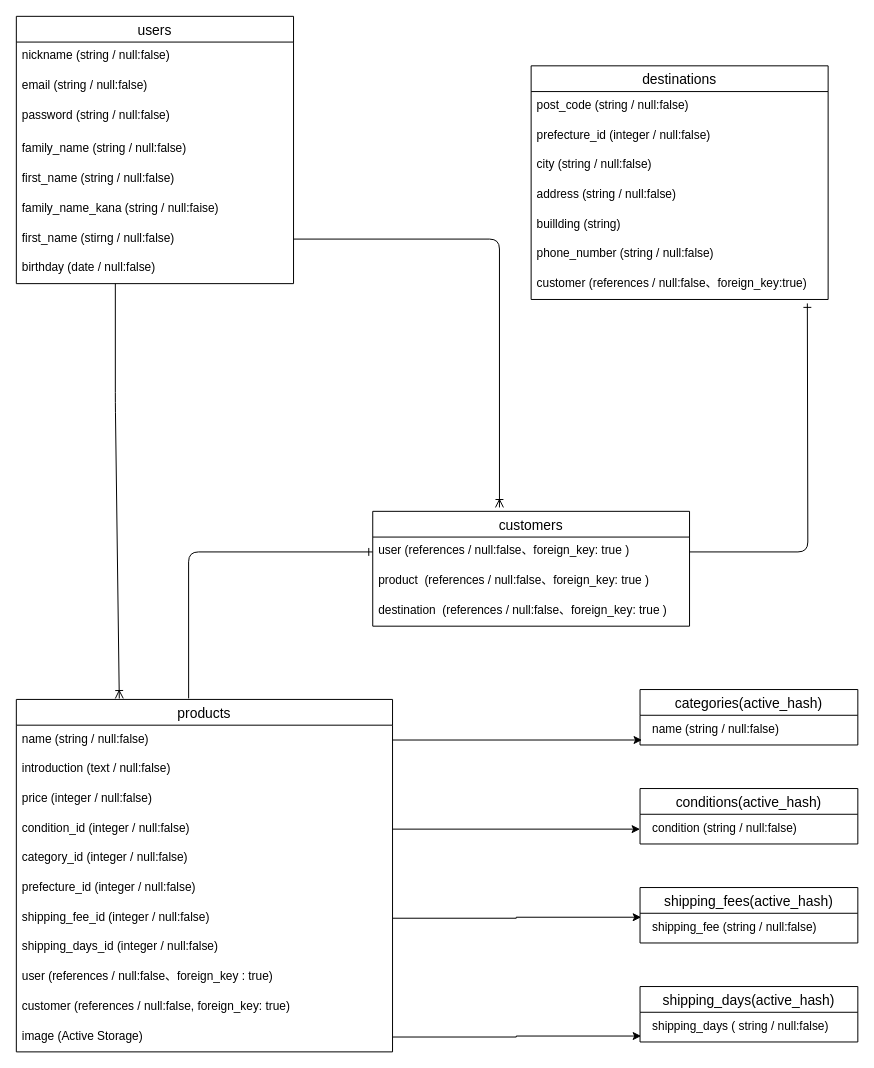
The draw.io diagram test.dio in akiko777/furima-30986, before the edit. Source tidied: cells renumbered, new cells numbered last; positions are measured from the earlier drawing's top-left corner, leaving out a move shared by most shapes. Both pictures are drawn from the tidied source at 99%, with x=0, y=0 at pixel (16, 16).
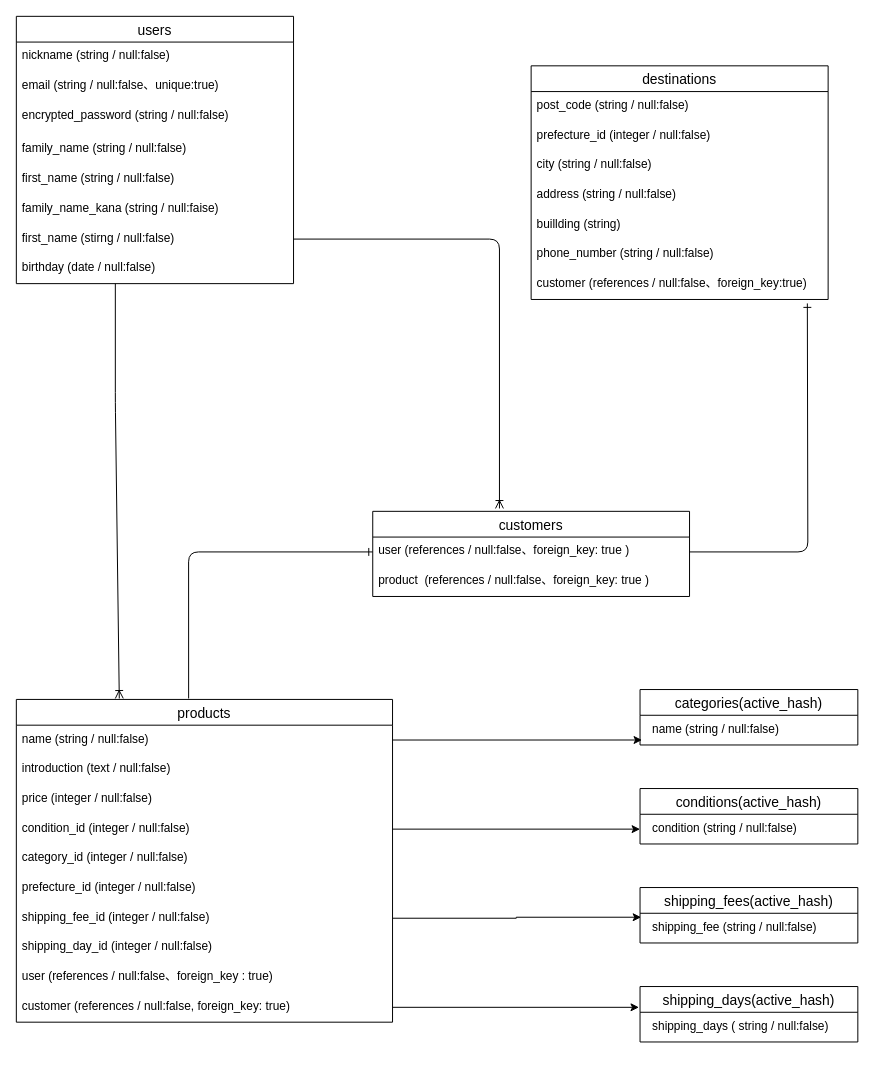
After the change.

Commit message (it also covers changes not shown here):
データベース設計の修正2

Unchanged cells that the change refers to:
```xml
<mxCell id="2" value="users" style="swimlane;fontStyle=0;horizontal=1;startSize=26;align=center;fontSize=14;" parent="1" vertex="1">
  <mxGeometry width="280" height="270" as="geometry" />
</mxCell>
<mxCell id="21" value="customer (references / null:false, foreign_key: true)" style="text;strokeColor=none;fillColor=none;spacingLeft=4;spacingRight=4;overflow=hidden;points=[[0,0.5],[1,0.5]];portConstraint=eastwest;fontSize=12;" parent="11" vertex="1">
  <mxGeometry y="296" width="380" height="30" as="geometry" />
</mxCell>
<mxCell id="41" value="shipping_days(active_hash)" style="swimlane;fontStyle=0;horizontal=1;startSize=26;align=center;fontSize=14;" parent="1" vertex="1">
  <mxGeometry x="630" y="980" width="220" height="56" as="geometry" />
</mxCell>
<mxCell id="42" value="  shipping_days ( string / null:false)" style="text;strokeColor=none;fillColor=none;spacingLeft=4;spacingRight=4;overflow=hidden;points=[[0,0.5],[1,0.5]];portConstraint=eastwest;fontSize=12;" parent="41" vertex="1">
  <mxGeometry y="26" width="220" height="30" as="geometry" />
</mxCell>
```

Diff of the diagram source:
```diff
@@
-    <mxCell id="4" value="email (string / null:false)" style="text;strokeColor=none;fillColor=none;spacingLeft=4;spacingRight=4;overflow=hidden;fontSize=12;" parent="2" vertex="1">
+    <mxCell id="4" value="email (string / null:false、unique:true)" style="text;strokeColor=none;fillColor=none;spacingLeft=4;spacingRight=4;overflow=hidden;fontSize=12;" parent="2" vertex="1">
       <mxGeometry y="56" width="280" height="30" as="geometry" />
     </mxCell>
-    <mxCell id="5" value="password (string / null:false) " style="text;strokeColor=none;fillColor=none;spacingLeft=4;spacingRight=4;overflow=hidden;fontSize=12;" parent="2" vertex="1">
+    <mxCell id="5" value="encrypted_password (string / null:false) " style="text;strokeColor=none;fillColor=none;spacingLeft=4;spacingRight=4;overflow=hidden;fontSize=12;" parent="2" vertex="1">
       <mxGeometry y="86" width="280" height="34" as="geometry" />
     </mxCell>
@@
     <mxCell id="11" value="products" style="swimlane;fontStyle=0;horizontal=1;startSize=26;align=center;fontSize=14;" parent="1" vertex="1">
-      <mxGeometry y="690" width="380" height="356" as="geometry" />
+      <mxGeometry y="690" width="380" height="326" as="geometry" />
     </mxCell>
@@
-    <mxCell id="19" value="shipping_days_id (integer / null:false)" style="text;strokeColor=none;fillColor=none;spacingLeft=4;spacingRight=4;overflow=hidden;fontSize=12;" parent="11" vertex="1">
+    <mxCell id="19" value="shipping_day_id (integer / null:false)" style="text;strokeColor=none;fillColor=none;spacingLeft=4;spacingRight=4;overflow=hidden;fontSize=12;" parent="11" vertex="1">
       <mxGeometry y="236" width="380" height="30" as="geometry" />
     </mxCell>
@@
-    <mxCell id="22" value="image (Active Storage)" style="text;strokeColor=none;fillColor=none;spacingLeft=4;spacingRight=4;overflow=hidden;points=[[0,0.5],[1,0.5]];portConstraint=eastwest;fontSize=12;" parent="11" vertex="1">
-      <mxGeometry y="326" width="380" height="30" as="geometry" />
-    </mxCell>
@@
     <mxCell id="31" value="customers" style="swimlane;fontStyle=0;horizontal=1;startSize=26;align=center;fontSize=14;" parent="1" vertex="1">
-      <mxGeometry x="360" y="500" width="320" height="116" as="geometry" />
+      <mxGeometry x="360" y="500" width="320" height="86" as="geometry" />
     </mxCell>
@@
-    <mxCell id="34" value="destination  (references / null:false、foreign_key: true )" style="text;strokeColor=none;fillColor=none;spacingLeft=4;spacingRight=4;overflow=hidden;fontSize=12;" parent="31" vertex="1">
-      <mxGeometry y="86" width="320" height="30" as="geometry" />
-    </mxCell>
@@
-    <mxCell id="46" style="edgeStyle=orthogonalEdgeStyle;rounded=0;jettySize=auto;html=1;exitX=1;exitY=0.5;exitDx=0;exitDy=0;entryX=0.005;entryY=0.8;entryDx=0;entryDy=0;entryPerimeter=0;" parent="1" edge="1" source="22" target="42">
-      <mxGeometry relative="1" as="geometry" />
-    </mxCell>
@@
+    <mxCell id="51" style="edgeStyle=orthogonalEdgeStyle;rounded=0;jettySize=auto;html=1;exitX=1;exitY=0.5;exitDx=0;exitDy=0;entryX=-0.005;entryY=0.375;entryDx=0;entryDy=0;entryPerimeter=0;" parent="1" edge="1" source="21" target="41">
+      <mxGeometry relative="1" as="geometry" />
+    </mxCell>
```
